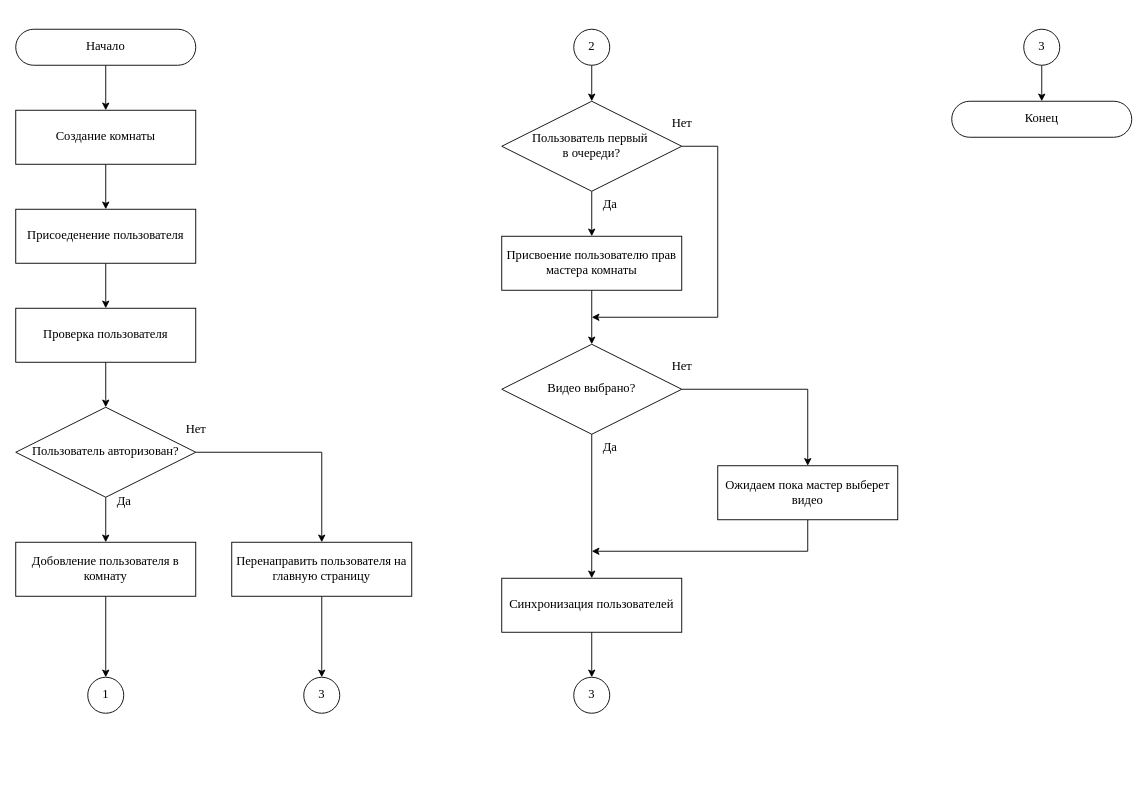
Earlier version of the draw.io diagram WatchTogeather.drawio (DioMain/BYTUBE). Source tidied: cells renumbered, new cells numbered last; positions are measured from the earlier drawing's top-left corner, leaving out a move shared by most shapes. Both pictures are drawn from the tidied source at 90%, with x=0, y=0 at pixel (15, 29).
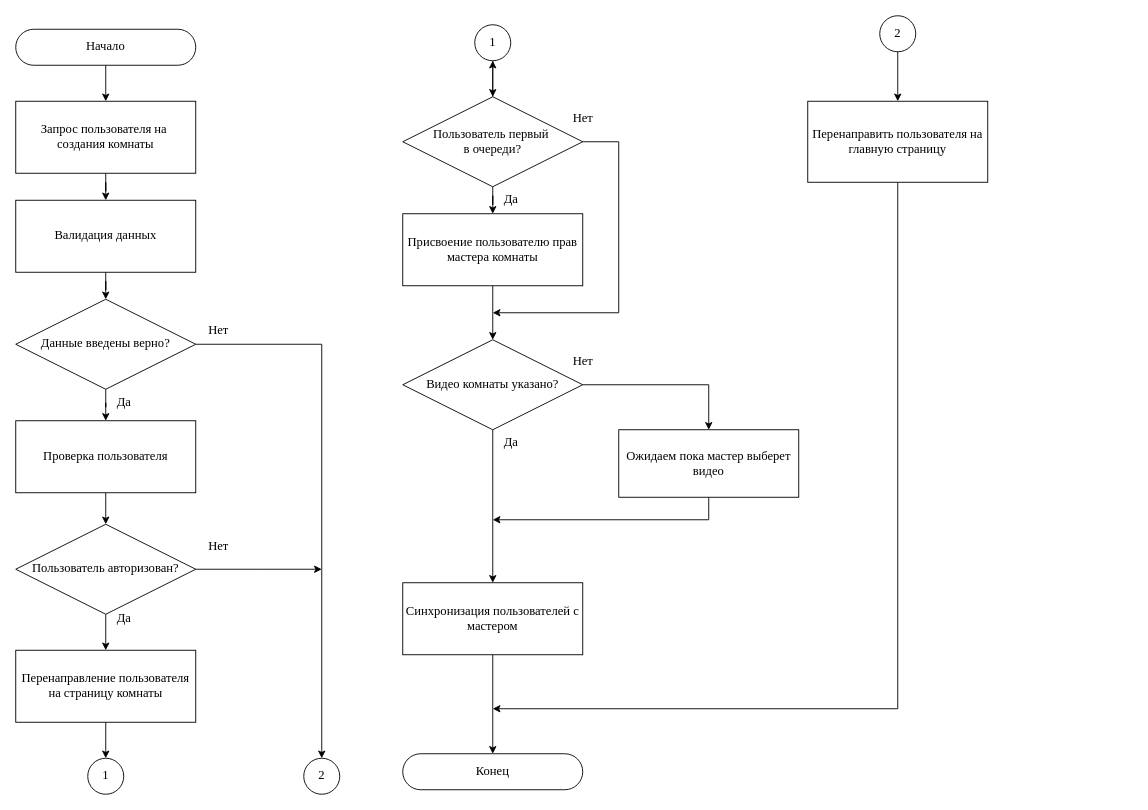
After the change.

What changed in the source:
```diff
@@
-    <mxCell id="2" style="edgeStyle=orthogonalEdgeStyle;rounded=0;jettySize=auto;html=1;fontSize=14;" parent="1" edge="1" source="4" target="16">
-      <mxGeometry relative="1" as="geometry" />
-    </mxCell>
-    <mxCell id="3" style="edgeStyle=orthogonalEdgeStyle;rounded=0;jettySize=auto;html=1;fontSize=14;" parent="1" edge="1" source="4" target="18">
-      <mxGeometry relative="1" as="geometry" />
-    </mxCell>
+    <mxCell id="43" style="edgeStyle=orthogonalEdgeStyle;rounded=0;jettySize=auto;html=1;" parent="1" edge="1" source="4">
+      <mxGeometry relative="1" as="geometry">
+        <mxPoint x="340" y="600" as="targetPoint" />
+      </mxGeometry>
+    </mxCell>
+    <mxCell id="44" style="edgeStyle=orthogonalEdgeStyle;rounded=0;jettySize=auto;html=1;" parent="1" edge="1" source="4" target="10">
+      <mxGeometry relative="1" as="geometry" />
+    </mxCell>
     <mxCell id="4" value="Пользователь авторизован?" style="rhombus;whiteSpace=wrap;html=1;fontFamily=Times New Roman;fontSize=14;" parent="1" vertex="1">
-      <mxGeometry y="420" width="200" height="100" as="geometry" />
+      <mxGeometry y="550" width="200" height="100" as="geometry" />
     </mxCell>
-    <mxCell id="5" style="edgeStyle=orthogonalEdgeStyle;rounded=0;jettySize=auto;html=1;entryX=0.5;entryY=0;entryDx=0;entryDy=0;fontSize=14;" parent="1" edge="1" source="6" target="10">
-      <mxGeometry relative="1" as="geometry" />
-    </mxCell>
+    <mxCell id="45" style="edgeStyle=orthogonalEdgeStyle;rounded=0;jettySize=auto;html=1;" parent="1" edge="1" source="6" target="54">
+      <mxGeometry relative="1" as="geometry" />
+    </mxCell>
-    <mxCell id="6" value="Создание комнаты" style="rounded=0;whiteSpace=wrap;html=1;fontFamily=Times New Roman;fontSize=14;" parent="1" vertex="1">
-      <mxGeometry y="90" width="200" height="60" as="geometry" />
+    <mxCell id="6" value="Запрос пользователя на&amp;nbsp; создания комнаты" style="rounded=0;whiteSpace=wrap;html=1;fontFamily=Times New Roman;fontSize=14;" parent="1" vertex="1">
+      <mxGeometry y="80" width="200" height="80" as="geometry" />
     </mxCell>
@@
-    <mxCell id="9" style="edgeStyle=orthogonalEdgeStyle;rounded=0;jettySize=auto;html=1;fontSize=14;" parent="1" edge="1" source="10" target="12">
-      <mxGeometry relative="1" as="geometry" />
-    </mxCell>
+    <mxCell id="46" style="edgeStyle=orthogonalEdgeStyle;rounded=0;jettySize=auto;html=1;" parent="1" edge="1" source="10" target="19">
+      <mxGeometry relative="1" as="geometry" />
+    </mxCell>
-    <mxCell id="10" value="Присоеденение пользователя" style="rounded=0;whiteSpace=wrap;html=1;fontFamily=Times New Roman;fontSize=14;" parent="1" vertex="1">
-      <mxGeometry y="200" width="200" height="60" as="geometry" />
+    <mxCell id="10" value="Перенаправление пользователя на страницу комнаты" style="rounded=0;whiteSpace=wrap;html=1;fontFamily=Times New Roman;fontSize=14;" parent="1" vertex="1">
+      <mxGeometry y="690" width="200" height="80" as="geometry" />
     </mxCell>
     <mxCell id="11" style="edgeStyle=orthogonalEdgeStyle;rounded=0;jettySize=auto;html=1;fontSize=14;" parent="1" edge="1" source="12" target="4">
-      <mxGeometry relative="1" as="geometry" />
+      <mxGeometry relative="1" as="geometry">
+        <Array as="points">
+          <mxPoint x="100" y="520" />
+          <mxPoint x="100" y="520" />
+        </Array>
+      </mxGeometry>
     </mxCell>
     <mxCell id="12" value="Проверка пользователя" style="rounded=0;whiteSpace=wrap;html=1;fontFamily=Times New Roman;fontSize=14;" parent="1" vertex="1">
-      <mxGeometry y="310" width="200" height="60" as="geometry" />
+      <mxGeometry y="435" width="200" height="80" as="geometry" />
     </mxCell>
     <mxCell id="13" value="Да" style="text;html=1;align=center;verticalAlign=middle;strokeColor=none;fillColor=none;fontFamily=Times New Roman;fontSize=14;" parent="1" vertex="1">
-      <mxGeometry x="100" y="510" width="40" height="30" as="geometry" />
+      <mxGeometry x="100" y="640" width="40" height="30" as="geometry" />
     </mxCell>
     <mxCell id="14" value="Нет" style="text;html=1;align=center;verticalAlign=middle;strokeColor=none;fillColor=none;fontFamily=Times New Roman;fontSize=14;" parent="1" vertex="1">
-      <mxGeometry x="175" y="430" width="50" height="30" as="geometry" />
+      <mxGeometry x="200" y="560" width="50" height="30" as="geometry" />
     </mxCell>
-    <mxCell id="15" style="edgeStyle=orthogonalEdgeStyle;rounded=0;jettySize=auto;html=1;entryX=0.5;entryY=0;entryDx=0;entryDy=0;fontSize=14;" parent="1" edge="1" source="16" target="19">
-      <mxGeometry relative="1" as="geometry" />
-    </mxCell>
-    <mxCell id="16" value="Добовление пользователя в комнату" style="rounded=0;whiteSpace=wrap;html=1;fontFamily=Times New Roman;fontSize=14;" parent="1" vertex="1">
-      <mxGeometry y="570" width="200" height="60" as="geometry" />
-    </mxCell>
-    <mxCell id="17" style="edgeStyle=orthogonalEdgeStyle;rounded=0;jettySize=auto;html=1;entryX=0.5;entryY=0;entryDx=0;entryDy=0;" parent="1" edge="1" source="18" target="37">
-      <mxGeometry relative="1" as="geometry" />
-    </mxCell>
+    <mxCell id="47" style="edgeStyle=orthogonalEdgeStyle;rounded=0;jettySize=auto;html=1;" parent="1" edge="1" source="18">
+      <mxGeometry relative="1" as="geometry">
+        <mxPoint x="530" y="755" as="targetPoint" />
+        <Array as="points">
+          <mxPoint x="980" y="755" />
+        </Array>
+      </mxGeometry>
+    </mxCell>
     <mxCell id="18" value="Перенаправить пользователя на главную страницу" style="rounded=0;whiteSpace=wrap;html=1;fontFamily=Times New Roman;fontSize=14;" parent="1" vertex="1">
-      <mxGeometry x="240" y="570" width="200" height="60" as="geometry" />
+      <mxGeometry x="880" y="80" width="200" height="90" as="geometry" />
     </mxCell>
     <mxCell id="19" value="1" style="ellipse;whiteSpace=wrap;html=1;fontFamily=Times New Roman;fontSize=14;" parent="1" vertex="1">
-      <mxGeometry x="80" y="720" width="40" height="40" as="geometry" />
+      <mxGeometry x="80" y="810" width="40" height="40" as="geometry" />
     </mxCell>
@@
-    <mxCell id="21" value="2" style="ellipse;whiteSpace=wrap;html=1;fontFamily=Times New Roman;fontSize=14;" parent="1" vertex="1">
-      <mxGeometry x="620" width="40" height="40" as="geometry" />
+    <mxCell id="21" value="1" style="ellipse;whiteSpace=wrap;html=1;fontFamily=Times New Roman;fontSize=14;" parent="1" vertex="1">
+      <mxGeometry x="510" y="-5" width="40" height="40" as="geometry" />
     </mxCell>
     <mxCell id="22" style="edgeStyle=orthogonalEdgeStyle;rounded=0;jettySize=auto;html=1;fontSize=14;" parent="1" edge="1" source="24" target="28">
-      <mxGeometry relative="1" as="geometry" />
+      <mxGeometry relative="1" as="geometry">
+        <Array as="points">
+          <mxPoint x="770" y="395" />
+        </Array>
+      </mxGeometry>
     </mxCell>
@@
-    <mxCell id="24" value="Видео выбрано?" style="rhombus;whiteSpace=wrap;html=1;fontFamily=Times New Roman;fontSize=14;" parent="1" vertex="1">
-      <mxGeometry x="540" y="350" width="200" height="100" as="geometry" />
+    <mxCell id="24" value="Видео комнаты указано?" style="rhombus;whiteSpace=wrap;html=1;fontFamily=Times New Roman;fontSize=14;" parent="1" vertex="1">
+      <mxGeometry x="430" y="345" width="200" height="100" as="geometry" />
     </mxCell>
@@
     <mxCell id="26" value="Присвоение пользователю прав мастера комнаты" style="rounded=0;whiteSpace=wrap;html=1;fontFamily=Times New Roman;fontSize=14;" parent="1" vertex="1">
-      <mxGeometry x="540" y="230" width="200" height="60" as="geometry" />
+      <mxGeometry x="430" y="205" width="200" height="80" as="geometry" />
     </mxCell>
     <mxCell id="27" style="edgeStyle=orthogonalEdgeStyle;rounded=0;jettySize=auto;html=1;fontSize=14;" parent="1" edge="1" source="28">
       <mxGeometry relative="1" as="geometry">
-        <mxPoint x="640" y="580" as="targetPoint" />
+        <mxPoint x="530" y="545" as="targetPoint" />
         <Array as="points">
-          <mxPoint x="880" y="580" />
+          <mxPoint x="770" y="545" />
+          <mxPoint x="530" y="545" />
         </Array>
       </mxGeometry>
     </mxCell>
     <mxCell id="28" value="Ожидаем пока мастер выберет видео" style="rounded=0;whiteSpace=wrap;html=1;fontFamily=Times New Roman;fontSize=14;" parent="1" vertex="1">
-      <mxGeometry x="780" y="485" width="200" height="60" as="geometry" />
+      <mxGeometry x="670" y="445" width="200" height="75" as="geometry" />
     </mxCell>
@@
     <mxCell id="30" style="edgeStyle=orthogonalEdgeStyle;rounded=0;jettySize=auto;html=1;exitX=1;exitY=0.5;exitDx=0;exitDy=0;fontSize=14;" parent="1" edge="1" source="31">
       <mxGeometry relative="1" as="geometry">
-        <mxPoint x="640" y="320" as="targetPoint" />
+        <mxPoint x="530" y="315" as="targetPoint" />
         <Array as="points">
-          <mxPoint x="780" y="130" />
-          <mxPoint x="780" y="320" />
+          <mxPoint x="670" y="125" />
+          <mxPoint x="670" y="315" />
         </Array>
       </mxGeometry>
     </mxCell>
+    <mxCell id="48" style="edgeStyle=orthogonalEdgeStyle;rounded=0;jettySize=auto;html=1;" parent="1" edge="1" source="31" target="21">
+      <mxGeometry relative="1" as="geometry" />
+    </mxCell>
     <mxCell id="31" value="Пользователь первый&amp;nbsp;&lt;div&gt;в очереди?&lt;/div&gt;" style="rhombus;whiteSpace=wrap;html=1;fontFamily=Times New Roman;fontSize=14;" parent="1" vertex="1">
-      <mxGeometry x="540" y="80" width="200" height="100" as="geometry" />
+      <mxGeometry x="430" y="75" width="200" height="100" as="geometry" />
     </mxCell>
-    <mxCell id="32" style="edgeStyle=orthogonalEdgeStyle;rounded=0;jettySize=auto;html=1;fontSize=14;" parent="1" edge="1" source="33" target="34">
-      <mxGeometry relative="1" as="geometry" />
-    </mxCell>
+    <mxCell id="49" style="edgeStyle=orthogonalEdgeStyle;shape=connector;rounded=0;jettySize=auto;html=1;strokeColor=default;align=center;verticalAlign=middle;fontFamily=Helvetica;fontSize=14;fontColor=default;labelBackgroundColor=default;endArrow=classic;" parent="1" edge="1" source="33" target="42">
+      <mxGeometry relative="1" as="geometry" />
+    </mxCell>
-    <mxCell id="33" value="Синхронизация пользователей" style="rounded=0;whiteSpace=wrap;html=1;fontFamily=Times New Roman;fontSize=14;" parent="1" vertex="1">
-      <mxGeometry x="540" y="610" width="200" height="60" as="geometry" />
+    <mxCell id="33" value="Синхронизация пользователей с мастером" style="rounded=0;whiteSpace=wrap;html=1;fontFamily=Times New Roman;fontSize=14;" parent="1" vertex="1">
+      <mxGeometry x="430" y="615" width="200" height="80" as="geometry" />
     </mxCell>
-    <mxCell id="34" value="3" style="ellipse;whiteSpace=wrap;html=1;fontFamily=Times New Roman;fontSize=14;" parent="1" vertex="1">
-      <mxGeometry x="620" y="720" width="40" height="40" as="geometry" />
-    </mxCell>
-    <mxCell id="35" style="edgeStyle=orthogonalEdgeStyle;rounded=0;jettySize=auto;html=1;" parent="1" edge="1" source="36" target="42">
-      <mxGeometry relative="1" as="geometry" />
-    </mxCell>
-    <mxCell id="36" value="3" style="ellipse;whiteSpace=wrap;html=1;fontFamily=Times New Roman;fontSize=14;" parent="1" vertex="1">
-      <mxGeometry x="1120" width="40" height="40" as="geometry" />
-    </mxCell>
-    <mxCell id="37" value="3" style="ellipse;whiteSpace=wrap;html=1;fontFamily=Times New Roman;fontSize=14;" parent="1" vertex="1">
-      <mxGeometry x="320" y="720" width="40" height="40" as="geometry" />
-    </mxCell>
     <mxCell id="38" value="Да" style="text;html=1;align=center;verticalAlign=middle;strokeColor=none;fillColor=none;fontFamily=Times New Roman;fontSize=14;" parent="1" vertex="1">
-      <mxGeometry x="640" y="450" width="40" height="30" as="geometry" />
+      <mxGeometry x="530" y="445" width="40" height="30" as="geometry" />
     </mxCell>
     <mxCell id="39" value="Нет" style="text;html=1;align=center;verticalAlign=middle;strokeColor=none;fillColor=none;fontFamily=Times New Roman;fontSize=14;" parent="1" vertex="1">
-      <mxGeometry x="715" y="360" width="50" height="30" as="geometry" />
+      <mxGeometry x="605" y="355" width="50" height="30" as="geometry" />
     </mxCell>
     <mxCell id="40" value="Да" style="text;html=1;align=center;verticalAlign=middle;strokeColor=none;fillColor=none;fontFamily=Times New Roman;fontSize=14;" parent="1" vertex="1">
-      <mxGeometry x="640" y="180" width="40" height="30" as="geometry" />
+      <mxGeometry x="530" y="175" width="40" height="30" as="geometry" />
     </mxCell>
     <mxCell id="41" value="Нет" style="text;html=1;align=center;verticalAlign=middle;strokeColor=none;fillColor=none;fontFamily=Times New Roman;fontSize=14;" parent="1" vertex="1">
-      <mxGeometry x="715" y="90" width="50" height="30" as="geometry" />
+      <mxGeometry x="605" y="85" width="50" height="30" as="geometry" />
     </mxCell>
     <mxCell id="42" value="Конец" style="rounded=1;whiteSpace=wrap;html=1;arcSize=50;fontFamily=Times New Roman;fontSize=14;" parent="1" vertex="1">
-      <mxGeometry x="1040" y="80" width="200" height="40" as="geometry" />
+      <mxGeometry x="430" y="805" width="200" height="40" as="geometry" />
     </mxCell>
+    <mxCell id="50" value="2" style="ellipse;whiteSpace=wrap;html=1;fontFamily=Times New Roman;fontSize=14;" parent="1" vertex="1">
+      <mxGeometry x="320" y="810" width="40" height="40" as="geometry" />
+    </mxCell>
+    <mxCell id="51" style="edgeStyle=orthogonalEdgeStyle;rounded=0;jettySize=auto;html=1;" parent="1" edge="1" source="52" target="18">
+      <mxGeometry relative="1" as="geometry" />
+    </mxCell>
+    <mxCell id="52" value="2" style="ellipse;whiteSpace=wrap;html=1;fontFamily=Times New Roman;fontSize=14;" parent="1" vertex="1">
+      <mxGeometry x="960" y="-15" width="40" height="40" as="geometry" />
+    </mxCell>
+    <mxCell id="53" style="edgeStyle=orthogonalEdgeStyle;rounded=0;jettySize=auto;html=1;" parent="1" edge="1" source="54" target="57">
+      <mxGeometry relative="1" as="geometry" />
+    </mxCell>
+    <mxCell id="54" value="Валидация данных" style="rounded=0;whiteSpace=wrap;html=1;fontFamily=Times New Roman;fontSize=14;" parent="1" vertex="1">
+      <mxGeometry y="190" width="200" height="80" as="geometry" />
+    </mxCell>
+    <mxCell id="55" style="edgeStyle=orthogonalEdgeStyle;rounded=0;jettySize=auto;html=1;entryX=0.5;entryY=0;entryDx=0;entryDy=0;" parent="1" edge="1" source="57" target="50">
+      <mxGeometry relative="1" as="geometry" />
+    </mxCell>
+    <mxCell id="56" style="edgeStyle=orthogonalEdgeStyle;rounded=0;jettySize=auto;html=1;" parent="1" edge="1" source="57" target="12">
+      <mxGeometry relative="1" as="geometry" />
+    </mxCell>
+    <mxCell id="57" value="Данные введены верно?" style="rhombus;whiteSpace=wrap;html=1;fontFamily=Times New Roman;fontSize=14;" parent="1" vertex="1">
+      <mxGeometry y="300" width="200" height="100" as="geometry" />
+    </mxCell>
+    <mxCell id="58" value="Да" style="text;html=1;align=center;verticalAlign=middle;strokeColor=none;fillColor=none;fontFamily=Times New Roman;fontSize=14;" parent="1" vertex="1">
+      <mxGeometry x="100" y="400" width="40" height="30" as="geometry" />
+    </mxCell>
+    <mxCell id="59" value="Нет" style="text;html=1;align=center;verticalAlign=middle;strokeColor=none;fillColor=none;fontFamily=Times New Roman;fontSize=14;" parent="1" vertex="1">
+      <mxGeometry x="200" y="320" width="50" height="30" as="geometry" />
+    </mxCell>
```
